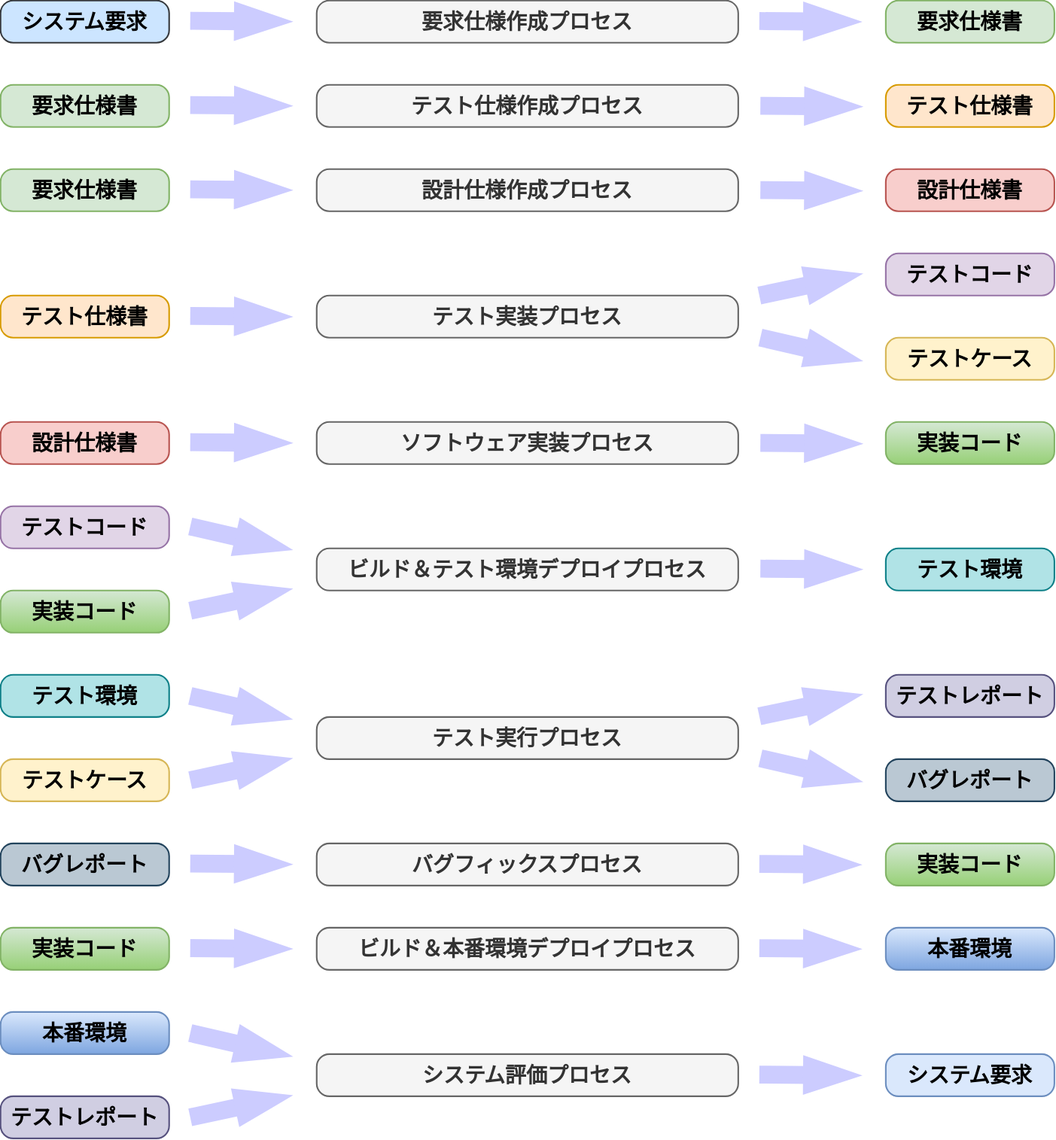
yasukan23/Sonic-Scale keeps this draw.io diagram as draw.io/main-process.drawio.svg. Above is the earlier version. Source tidied: cells renumbered, new cells last; positions are measured from the earlier drawing's top-left corner, leaving out a move shared by most shapes.
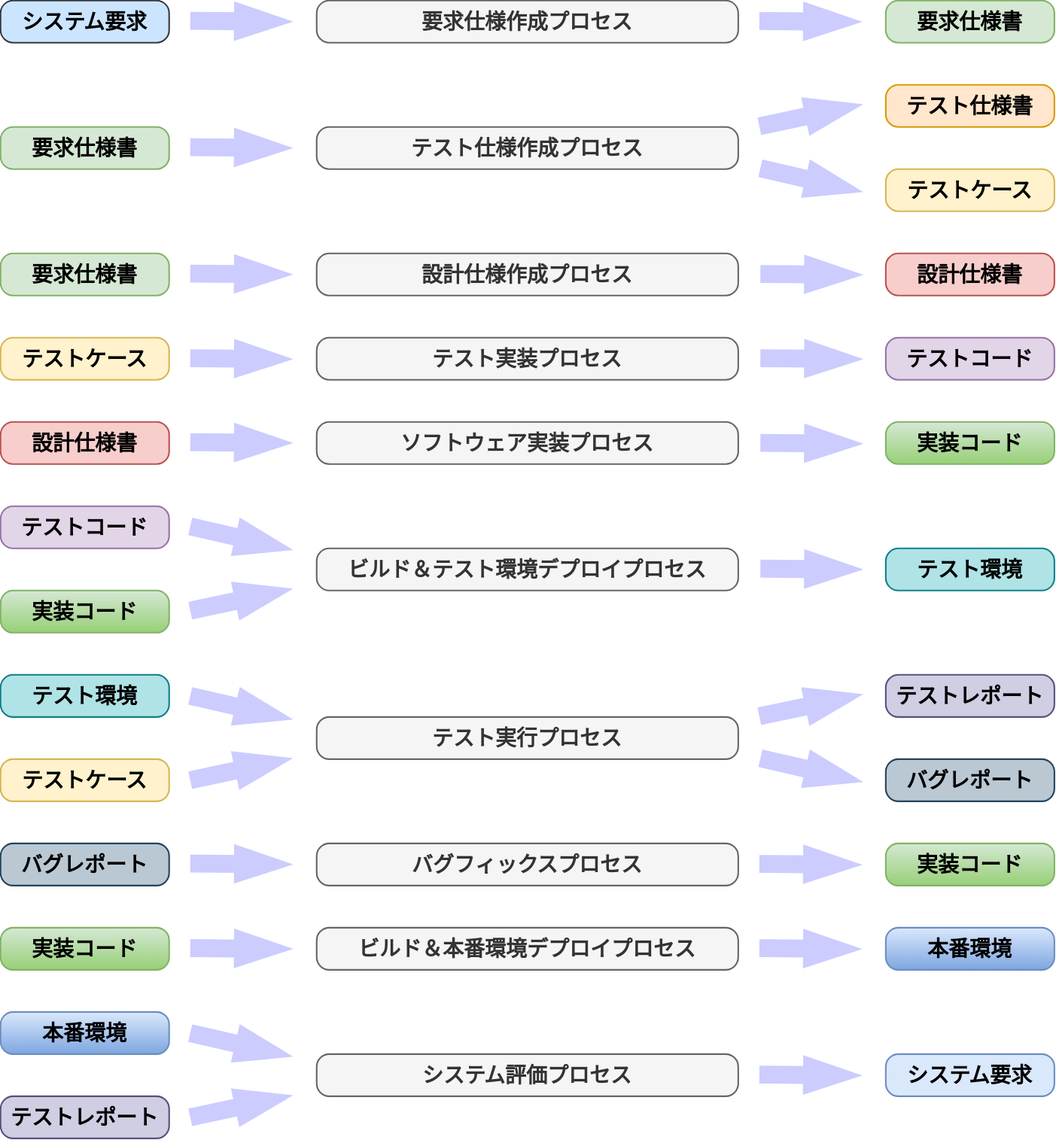
The same diagram one commit later.

Commit message:
[Update] テスト仕様作成プロセスでテストケースも作成するように変更

The edit, as a diff of the source:
```diff
@@ -18,31 +18,28 @@
       </mxGeometry>
     </mxCell>
     <mxCell id="6" value="テスト仕様作成プロセス" style="rounded=1;whiteSpace=wrap;html=1;strokeColor=#666666;fillColor=#f5f5f5;arcSize=24;absoluteArcSize=1;imageWidth=64;imageHeight=64;strokeWidth=1.5;verticalAlign=middle;align=center;fontSize=20;fontStyle=1;spacingTop=0;spacingLeft=0;spacing=10;fontColor=#333333;" parent="1" vertex="1">
-      <mxGeometry x="300" y="80" width="400" height="40" as="geometry" />
+      <mxGeometry x="300" y="120" width="400" height="40" as="geometry" />
     </mxCell>
     <mxCell id="7" value="要求仕様書" style="rounded=1;whiteSpace=wrap;html=1;strokeColor=#82b366;fillColor=#d5e8d4;arcSize=24;absoluteArcSize=1;imageWidth=64;imageHeight=64;strokeWidth=1.5;verticalAlign=middle;align=center;fontSize=20;fontStyle=1;spacingTop=0;spacingLeft=0;spacing=0;" parent="1" vertex="1">
-      <mxGeometry y="80" width="160" height="40" as="geometry" />
+      <mxGeometry y="120" width="160" height="40" as="geometry" />
     </mxCell>
     <mxCell id="8" value="テスト仕様書" style="rounded=1;whiteSpace=wrap;html=1;strokeColor=#d79b00;fillColor=#ffe6cc;arcSize=24;absoluteArcSize=1;imageWidth=64;imageHeight=64;strokeWidth=1.5;verticalAlign=middle;align=center;fontSize=20;fontStyle=1;spacingTop=0;spacingLeft=0;spacing=0;" parent="1" vertex="1">
       <mxGeometry x="840" y="80" width="160" height="40" as="geometry" />
     </mxCell>
     <mxCell id="9" value="設計仕様作成プロセス" style="rounded=1;whiteSpace=wrap;html=1;strokeColor=#666666;fillColor=#f5f5f5;arcSize=24;absoluteArcSize=1;imageWidth=64;imageHeight=64;strokeWidth=1.5;verticalAlign=middle;align=center;fontSize=20;fontStyle=1;spacingTop=0;spacingLeft=0;spacing=10;fontColor=#333333;" parent="1" vertex="1">
-      <mxGeometry x="300" y="160" width="400" height="40" as="geometry" />
+      <mxGeometry x="300" y="240" width="400" height="40" as="geometry" />
     </mxCell>
     <mxCell id="10" value="要求仕様書" style="rounded=1;whiteSpace=wrap;html=1;strokeColor=#82b366;fillColor=#d5e8d4;arcSize=24;absoluteArcSize=1;imageWidth=64;imageHeight=64;strokeWidth=1.5;verticalAlign=middle;align=center;fontSize=20;fontStyle=1;spacingTop=0;spacingLeft=0;spacing=0;" parent="1" vertex="1">
-      <mxGeometry y="160" width="160" height="40" as="geometry" />
+      <mxGeometry y="240" width="160" height="40" as="geometry" />
     </mxCell>
     <mxCell id="11" value="設計仕様書" style="rounded=1;whiteSpace=wrap;html=1;strokeColor=#b85450;fillColor=#f8cecc;arcSize=24;absoluteArcSize=1;imageWidth=64;imageHeight=64;strokeWidth=1.5;verticalAlign=middle;align=center;fontSize=20;fontStyle=1;spacingTop=0;spacingLeft=0;spacing=0;" parent="1" vertex="1">
-      <mxGeometry x="840" y="160" width="160" height="40" as="geometry" />
+      <mxGeometry x="840" y="240" width="160" height="40" as="geometry" />
     </mxCell>
     <mxCell id="12" value="テスト実装プロセス" style="rounded=1;whiteSpace=wrap;html=1;strokeColor=#666666;fillColor=#f5f5f5;arcSize=24;absoluteArcSize=1;imageWidth=64;imageHeight=64;strokeWidth=1.5;verticalAlign=middle;align=center;fontSize=20;fontStyle=1;spacingTop=0;spacingLeft=0;spacing=10;fontColor=#333333;" parent="1" vertex="1">
-      <mxGeometry x="300" y="280" width="400" height="40" as="geometry" />
+      <mxGeometry x="300" y="320" width="400" height="40" as="geometry" />
     </mxCell>
-    <mxCell id="13" value="テスト仕様書" style="rounded=1;whiteSpace=wrap;html=1;strokeColor=#d79b00;fillColor=#ffe6cc;arcSize=24;absoluteArcSize=1;imageWidth=64;imageHeight=64;strokeWidth=1.5;verticalAlign=middle;align=center;fontSize=20;fontStyle=1;spacingTop=0;spacingLeft=0;spacing=0;" parent="1" vertex="1">
-      <mxGeometry y="280" width="160" height="40" as="geometry" />
-    </mxCell>
     <mxCell id="14" value="テストコード" style="rounded=1;whiteSpace=wrap;html=1;strokeColor=#9673a6;fillColor=#e1d5e7;arcSize=24;absoluteArcSize=1;imageWidth=64;imageHeight=64;strokeWidth=1.5;verticalAlign=middle;align=center;fontSize=20;fontStyle=1;spacingTop=0;spacingLeft=0;spacing=0;" parent="1" vertex="1">
-      <mxGeometry x="840" y="240" width="160" height="40" as="geometry" />
+      <mxGeometry x="840" y="320" width="160" height="40" as="geometry" />
     </mxCell>
     <mxCell id="15" value="ソフトウェア実装プロセス" style="rounded=1;whiteSpace=wrap;html=1;strokeColor=#666666;fillColor=#f5f5f5;arcSize=24;absoluteArcSize=1;imageWidth=64;imageHeight=64;strokeWidth=1.5;verticalAlign=middle;align=center;fontSize=20;fontStyle=1;spacingTop=0;spacingLeft=0;spacing=10;fontColor=#333333;" parent="1" vertex="1">
       <mxGeometry x="300" y="400" width="400" height="40" as="geometry" />
@@ -102,7 +99,7 @@
       <mxGeometry y="960" width="160" height="40" as="geometry" />
     </mxCell>
     <mxCell id="34" value="テストケース" style="rounded=1;whiteSpace=wrap;html=1;strokeColor=#d6b656;fillColor=#fff2cc;arcSize=24;absoluteArcSize=1;imageWidth=64;imageHeight=64;strokeWidth=1.5;verticalAlign=middle;align=center;fontSize=20;fontStyle=1;spacingTop=0;spacingLeft=0;spacing=0;" parent="1" vertex="1">
-      <mxGeometry x="840" y="320" width="160" height="40" as="geometry" />
+      <mxGeometry x="840" y="160" width="160" height="40" as="geometry" />
     </mxCell>
     <mxCell id="35" value="テストケース" style="rounded=1;whiteSpace=wrap;html=1;strokeColor=#d6b656;fillColor=#fff2cc;arcSize=24;absoluteArcSize=1;imageWidth=64;imageHeight=64;strokeWidth=1.5;verticalAlign=middle;align=center;fontSize=20;fontStyle=1;spacingTop=0;spacingLeft=0;spacing=0;" parent="1" vertex="1">
       <mxGeometry y="720" width="160" height="40" as="geometry" />
@@ -115,14 +112,14 @@
     </mxCell>
     <mxCell id="38" style="endArrow=blockThin;html=1;strokeColor=#CCCCFF;rounded=0;endFill=1;endSize=4;strokeWidth=17;startSize=4;startArrow=none;startFill=0;fillColor=#cce5ff;curved=0;" parent="1" edge="1">
       <mxGeometry relative="1" as="geometry">
-        <mxPoint x="180" y="99.2" as="sourcePoint" />
-        <mxPoint x="270" y="99.9" as="targetPoint" />
+        <mxPoint x="180" y="139.2" as="sourcePoint" />
+        <mxPoint x="270" y="139.9" as="targetPoint" />
       </mxGeometry>
     </mxCell>
     <mxCell id="39" style="endArrow=blockThin;html=1;strokeColor=#CCCCFF;rounded=0;endFill=1;endSize=4;strokeWidth=17;startSize=4;startArrow=none;startFill=0;fillColor=#cce5ff;curved=0;" parent="1" edge="1">
       <mxGeometry relative="1" as="geometry">
-        <mxPoint x="180" y="179.2" as="sourcePoint" />
-        <mxPoint x="270" y="179.9" as="targetPoint" />
+        <mxPoint x="180" y="259.2" as="sourcePoint" />
+        <mxPoint x="270" y="259.9" as="targetPoint" />
       </mxGeometry>
     </mxCell>
     <mxCell id="40" style="endArrow=blockThin;html=1;strokeColor=#CCCCFF;rounded=0;endFill=1;endSize=4;strokeWidth=17;startSize=4;startArrow=none;startFill=0;fillColor=#cce5ff;curved=0;" parent="1" edge="1">
@@ -157,26 +154,26 @@
     </mxCell>
     <mxCell id="45" style="endArrow=blockThin;html=1;strokeColor=#CCCCFF;rounded=0;endFill=1;endSize=4;strokeWidth=17;startSize=4;startArrow=none;startFill=0;fillColor=#cce5ff;curved=0;" parent="1" edge="1">
       <mxGeometry relative="1" as="geometry">
-        <mxPoint x="721" y="99.9" as="sourcePoint" />
-        <mxPoint x="811" y="100.6" as="targetPoint" />
+        <mxPoint x="721" y="259.5" as="sourcePoint" />
+        <mxPoint x="811" y="260.2" as="targetPoint" />
       </mxGeometry>
     </mxCell>
     <mxCell id="46" style="endArrow=blockThin;html=1;strokeColor=#CCCCFF;rounded=0;endFill=1;endSize=4;strokeWidth=17;startSize=4;startArrow=none;startFill=0;fillColor=#cce5ff;curved=0;" parent="1" edge="1">
       <mxGeometry relative="1" as="geometry">
-        <mxPoint x="721" y="179.9" as="sourcePoint" />
-        <mxPoint x="811" y="180.6" as="targetPoint" />
+        <mxPoint x="721" y="339.5" as="sourcePoint" />
+        <mxPoint x="811" y="340.2" as="targetPoint" />
       </mxGeometry>
     </mxCell>
     <mxCell id="47" style="endArrow=blockThin;html=1;strokeColor=#CCCCFF;rounded=0;endFill=1;endSize=4;strokeWidth=17;startSize=4;startArrow=none;startFill=0;fillColor=#cce5ff;curved=0;" parent="1" edge="1">
       <mxGeometry relative="1" as="geometry">
-        <mxPoint x="720" y="280" as="sourcePoint" />
-        <mxPoint x="811" y="260.7" as="targetPoint" />
+        <mxPoint x="720" y="119.4" as="sourcePoint" />
+        <mxPoint x="811" y="100.1" as="targetPoint" />
       </mxGeometry>
     </mxCell>
     <mxCell id="48" style="endArrow=blockThin;html=1;strokeColor=#CCCCFF;rounded=0;endFill=1;endSize=4;strokeWidth=17;startSize=4;startArrow=none;startFill=0;fillColor=#cce5ff;curved=0;" parent="1" edge="1">
       <mxGeometry relative="1" as="geometry">
-        <mxPoint x="721" y="319.9" as="sourcePoint" />
-        <mxPoint x="811" y="340.6" as="targetPoint" />
+        <mxPoint x="721" y="159.2" as="sourcePoint" />
+        <mxPoint x="811" y="179.9" as="targetPoint" />
       </mxGeometry>
     </mxCell>
     <mxCell id="49" style="endArrow=blockThin;html=1;strokeColor=#CCCCFF;rounded=0;endFill=1;endSize=4;strokeWidth=17;startSize=4;startArrow=none;startFill=0;fillColor=#cce5ff;curved=0;" parent="1" edge="1">
@@ -211,8 +208,8 @@
     </mxCell>
     <mxCell id="54" style="endArrow=blockThin;html=1;strokeColor=#CCCCFF;rounded=0;endFill=1;endSize=4;strokeWidth=17;startSize=4;startArrow=none;startFill=0;fillColor=#cce5ff;curved=0;" parent="1" edge="1">
       <mxGeometry relative="1" as="geometry">
-        <mxPoint x="180" y="299.4" as="sourcePoint" />
-        <mxPoint x="270" y="300.1" as="targetPoint" />
+        <mxPoint x="180" y="339.5" as="sourcePoint" />
+        <mxPoint x="270" y="340.2" as="targetPoint" />
       </mxGeometry>
     </mxCell>
     <mxCell id="55" style="endArrow=blockThin;html=1;strokeColor=#CCCCFF;rounded=0;endFill=1;endSize=4;strokeWidth=17;startSize=4;startArrow=none;startFill=0;fillColor=#cce5ff;curved=0;" parent="1" edge="1">
@@ -257,5 +254,8 @@
         <mxPoint x="811" y="739.9" as="targetPoint" />
       </mxGeometry>
     </mxCell>
+    <mxCell id="62" value="テストケース" style="rounded=1;whiteSpace=wrap;html=1;strokeColor=#d6b656;fillColor=#fff2cc;arcSize=24;absoluteArcSize=1;imageWidth=64;imageHeight=64;strokeWidth=1.5;verticalAlign=middle;align=center;fontSize=20;fontStyle=1;spacingTop=0;spacingLeft=0;spacing=0;" parent="1" vertex="1">
+      <mxGeometry y="320" width="160" height="40" as="geometry" />
+    </mxCell>
   </root>
 </mxGraphModel>
```
